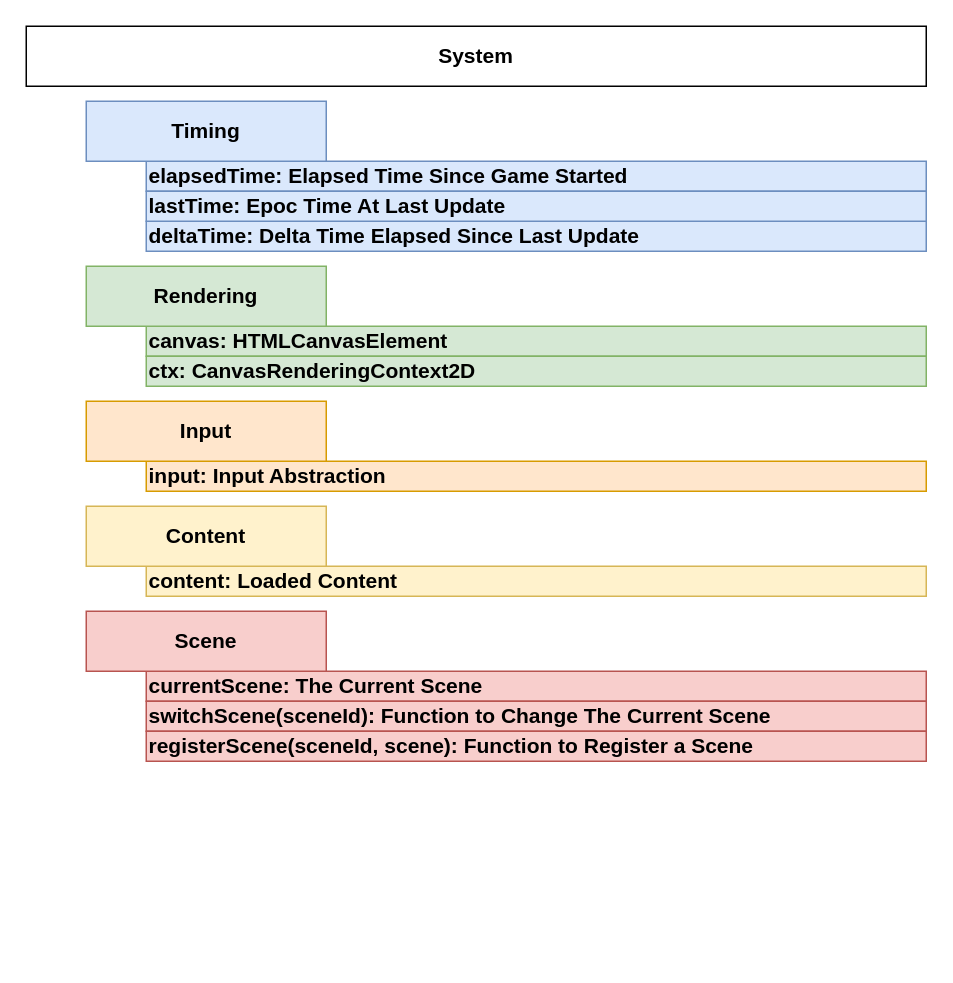
Before: page "System" (1 of 3) of docs/simplified-architecture.drawio in RamblingIndieGames/whack-a-zombie, a draw.io diagram. Source tidied: cells renumbered, new cells numbered last; positions are measured from the earlier drawing's top-left corner, leaving out a move shared by most shapes. Both pictures are drawn from the tidied source at 150%, with x=0, y=0 at pixel (26, 26).
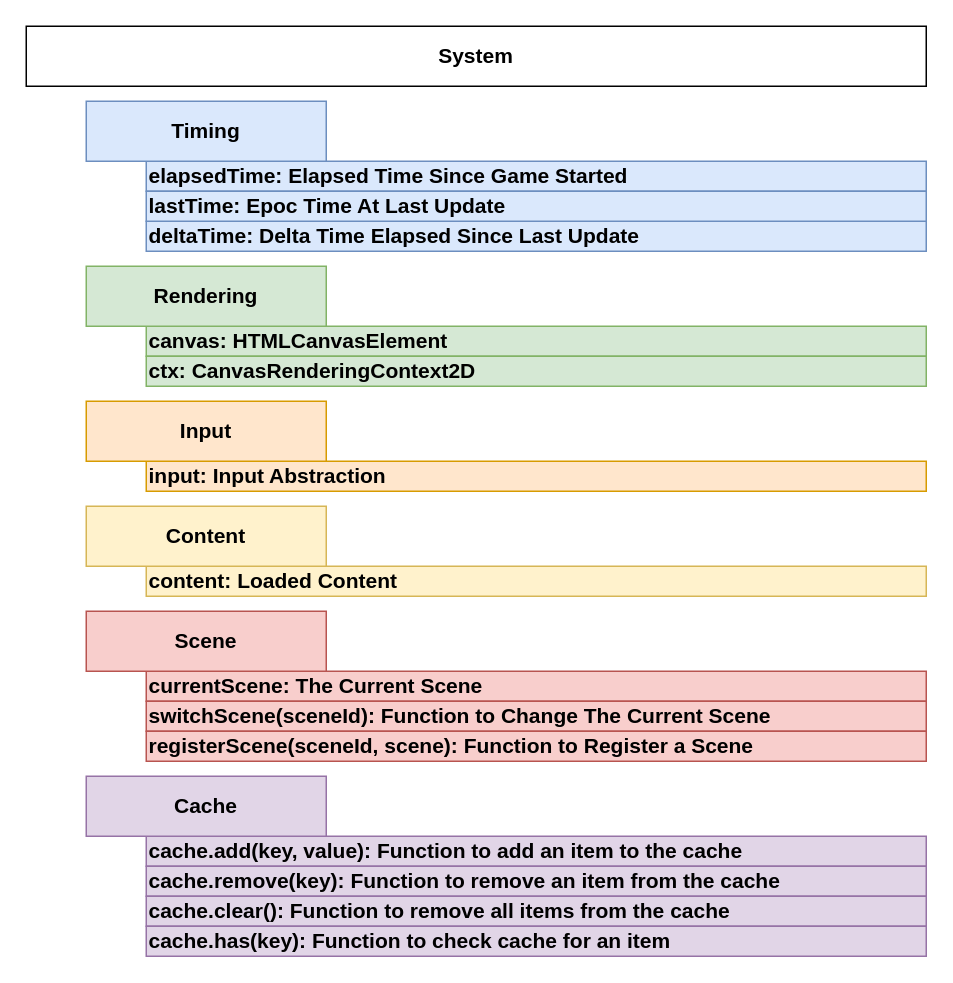
The same diagram, later.

Diff of the diagram source:
```diff
@@
+    <mxCell id="18" value="cache.add(key, value): Function to add an item to the cache" style="whiteSpace=wrap;html=1;fontStyle=1;fontSize=14;fillColor=#e1d5e7;strokeColor=#9673a6;align=left;" parent="1" vertex="1">
+      <mxGeometry x="80" y="540" width="520" height="20" as="geometry" />
+    </mxCell>
+    <mxCell id="19" value="Cache" style="whiteSpace=wrap;html=1;fontStyle=1;fontSize=14;fillColor=#e1d5e7;strokeColor=#9673a6;" parent="1" vertex="1">
+      <mxGeometry x="40" y="500" width="160" height="40" as="geometry" />
+    </mxCell>
+    <mxCell id="20" value="cache.remove(key): Function to remove an item from the cache" style="whiteSpace=wrap;html=1;fontStyle=1;fontSize=14;fillColor=#e1d5e7;strokeColor=#9673a6;align=left;" parent="1" vertex="1">
+      <mxGeometry x="80" y="560" width="520" height="20" as="geometry" />
+    </mxCell>
+    <mxCell id="21" value="cache.clear(): Function to remove all items from the cache" style="whiteSpace=wrap;html=1;fontStyle=1;fontSize=14;fillColor=#e1d5e7;strokeColor=#9673a6;align=left;" parent="1" vertex="1">
+      <mxGeometry x="80" y="580" width="520" height="20" as="geometry" />
+    </mxCell>
+    <mxCell id="22" value="cache.has(key): Function to check cache for an item" style="whiteSpace=wrap;html=1;fontStyle=1;fontSize=14;fillColor=#e1d5e7;strokeColor=#9673a6;align=left;" parent="1" vertex="1">
+      <mxGeometry x="80" y="600" width="520" height="20" as="geometry" />
+    </mxCell>
```
